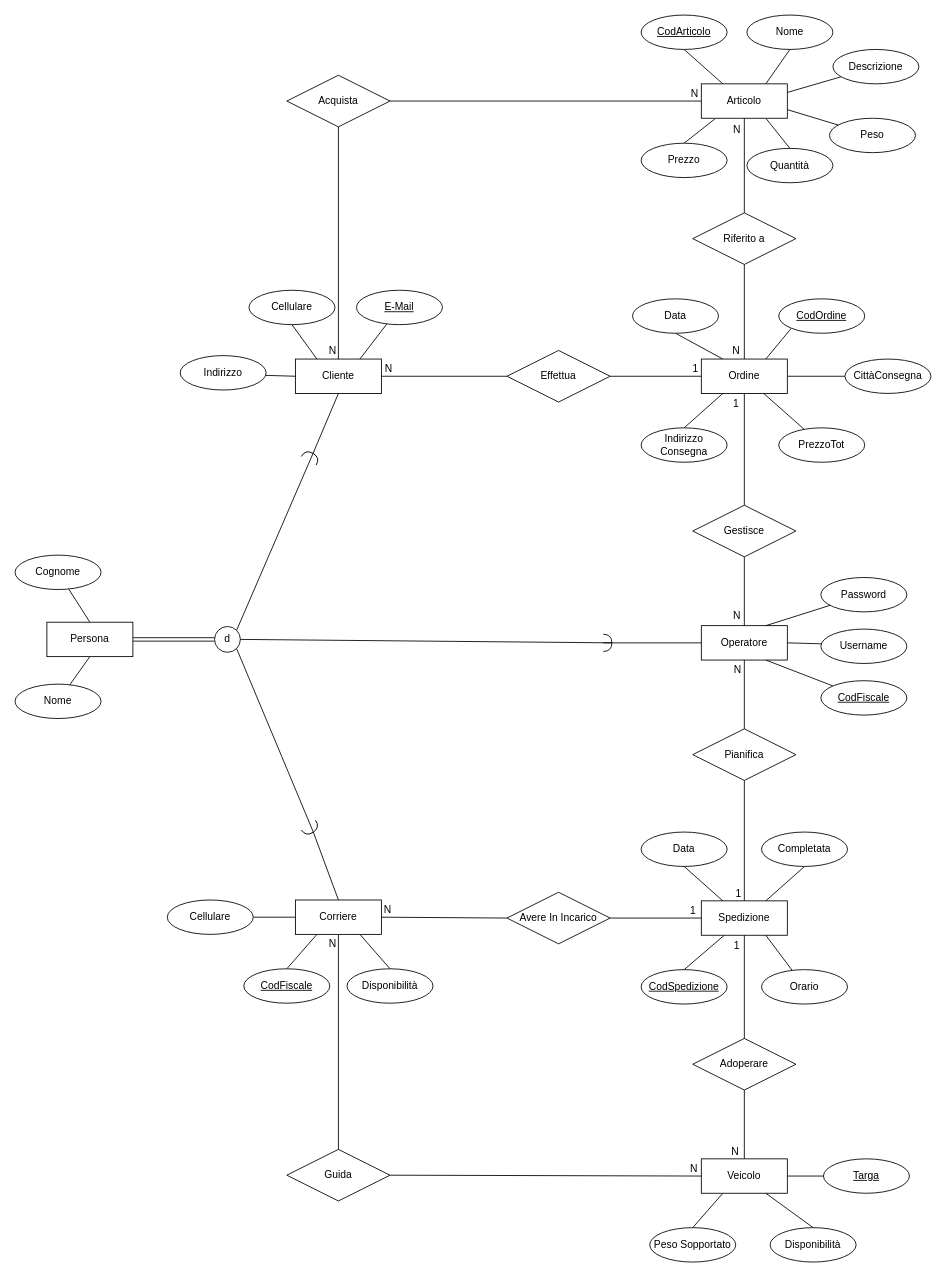
Gianluca-F/OOBD_Project keeps this draw.io diagram as Basi di dati/Schema_ER.drawio. Above is the earlier version. Source tidied: cells renumbered, new cells numbered last; positions are measured from the earlier drawing's top-left corner, leaving out a move shared by most shapes. Both pictures are drawn from the tidied source at 86%, with x=0, y=0 at pixel (15, 15).
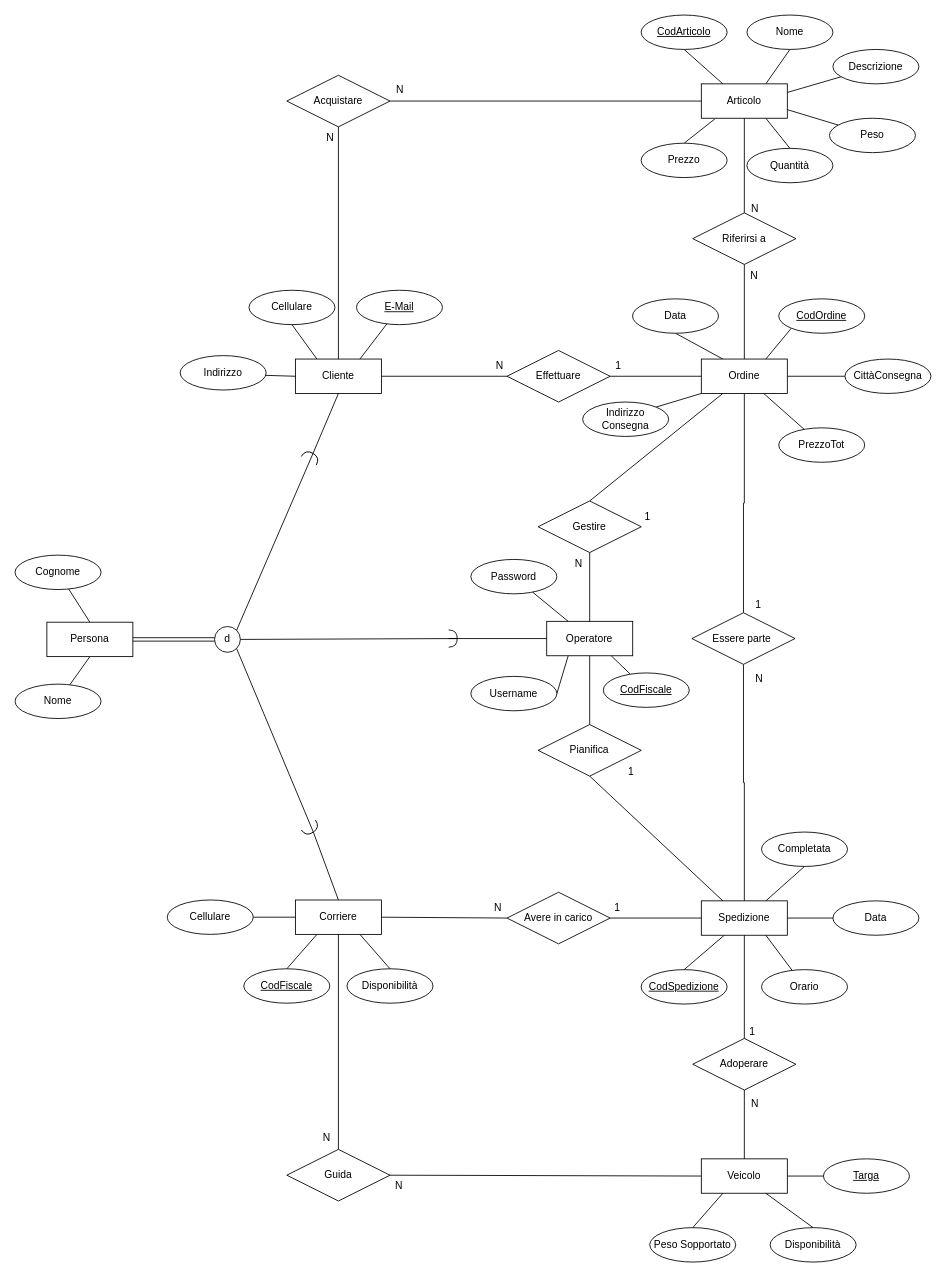
Above is the later version.

The change refers to these unchanged cells:
```xml
<mxCell id="17" value="Ordine" style="whiteSpace=wrap;html=1;align=center;" parent="1" vertex="1">
  <mxGeometry x="798" y="400" width="100" height="40" as="geometry" />
</mxCell>
<mxCell id="23" style="endArrow=none;html=1;rounded=0;entryX=0.5;entryY=0;entryDx=0;entryDy=0;exitX=0.5;exitY=1;exitDx=0;exitDy=0;" parent="1" edge="1" source="18" target="17">
  <mxGeometry relative="1" as="geometry" />
</mxCell>
<mxCell id="25" style="endArrow=none;html=1;rounded=0;entryX=0.5;entryY=1;entryDx=0;entryDy=0;exitX=0.5;exitY=0;exitDx=0;exitDy=0;" parent="1" edge="1" source="18" target="7">
  <mxGeometry relative="1" as="geometry" />
</mxCell>
<mxCell id="29" value="Spedizione" style="whiteSpace=wrap;html=1;align=center;" parent="1" vertex="1">
  <mxGeometry x="798" y="1030" width="100" height="40" as="geometry" />
</mxCell>
<mxCell id="43" style="endArrow=none;html=1;rounded=0;entryX=0.5;entryY=1;entryDx=0;entryDy=0;exitX=0.5;exitY=0;exitDx=0;exitDy=0;" parent="1" edge="1" source="36" target="29">
  <mxGeometry relative="1" as="geometry" />
</mxCell>
<mxCell id="45" style="endArrow=none;html=1;rounded=0;entryX=0.5;entryY=0;entryDx=0;entryDy=0;exitX=0.5;exitY=1;exitDx=0;exitDy=0;" parent="1" edge="1" source="36" target="35">
  <mxGeometry relative="1" as="geometry" />
</mxCell>
<mxCell id="55" style="endArrow=none;html=1;rounded=0;entryX=0.5;entryY=1;entryDx=0;entryDy=0;exitX=0.5;exitY=0;exitDx=0;exitDy=0;" parent="1" edge="1" source="52" target="49">
  <mxGeometry relative="1" as="geometry" />
</mxCell>
<mxCell id="60" style="endArrow=none;html=1;rounded=0;entryX=0.5;entryY=0;entryDx=0;entryDy=0;exitX=0.5;exitY=1;exitDx=0;exitDy=0;" parent="1" edge="1" source="57" target="49">
  <mxGeometry relative="1" as="geometry" />
</mxCell>
<mxCell id="78" style="endArrow=none;html=1;rounded=0;entryX=0;entryY=0.5;entryDx=0;entryDy=0;exitX=1;exitY=0.5;exitDx=0;exitDy=0;" parent="1" edge="1" source="70" target="17">
  <mxGeometry relative="1" as="geometry" />
</mxCell>
<mxCell id="80" style="endArrow=none;html=1;rounded=0;entryX=1;entryY=0.5;entryDx=0;entryDy=0;exitX=0;exitY=0.5;exitDx=0;exitDy=0;" parent="1" edge="1" source="70" target="71">
  <mxGeometry relative="1" as="geometry" />
</mxCell>
<mxCell id="83" style="endArrow=none;html=1;rounded=0;entryX=0;entryY=0.5;entryDx=0;entryDy=0;exitX=1;exitY=0.5;exitDx=0;exitDy=0;" parent="1" edge="1" source="82" target="7">
  <mxGeometry relative="1" as="geometry" />
</mxCell>
<mxCell id="85" style="endArrow=none;html=1;rounded=0;entryX=0.5;entryY=0;entryDx=0;entryDy=0;exitX=0.5;exitY=1;exitDx=0;exitDy=0;" parent="1" edge="1" source="82" target="71">
  <mxGeometry relative="1" as="geometry" />
</mxCell>
<mxCell id="95" style="endArrow=none;html=1;rounded=0;entryX=1;entryY=0.5;entryDx=0;entryDy=0;exitX=0;exitY=0.5;exitDx=0;exitDy=0;" parent="1" edge="1" source="87" target="88">
  <mxGeometry relative="1" as="geometry" />
</mxCell>
<mxCell id="97" style="endArrow=none;html=1;rounded=0;entryX=0;entryY=0.5;entryDx=0;entryDy=0;exitX=1;exitY=0.5;exitDx=0;exitDy=0;" parent="1" edge="1" source="87" target="29">
  <mxGeometry relative="1" as="geometry" />
</mxCell>
<mxCell id="100" style="endArrow=none;html=1;rounded=0;entryX=0;entryY=0.5;entryDx=0;entryDy=0;exitX=1;exitY=0.5;exitDx=0;exitDy=0;" parent="1" edge="1" source="99" target="35">
  <mxGeometry relative="1" as="geometry" />
</mxCell>
<mxCell id="102" style="endArrow=none;html=1;rounded=0;entryX=0.5;entryY=1;entryDx=0;entryDy=0;exitX=0.5;exitY=0;exitDx=0;exitDy=0;" parent="1" edge="1" source="99" target="88">
  <mxGeometry relative="1" as="geometry" />
</mxCell>
```

Change to the diagram source:
```diff
@@
-    <mxCell id="16" style="edgeStyle=none;rounded=0;jettySize=auto;html=1;exitX=0.25;exitY=1;exitDx=0;exitDy=0;entryX=0.5;entryY=0;entryDx=0;entryDy=0;endArrow=none;endFill=0;" parent="1" edge="1" source="17" target="22">
+    <mxCell id="16" style="edgeStyle=none;rounded=0;jettySize=auto;html=1;exitX=0;exitY=1;exitDx=0;exitDy=0;entryX=1;entryY=0;entryDx=0;entryDy=0;endArrow=none;endFill=0;" parent="1" edge="1" source="17" target="22">
       <mxGeometry relative="1" as="geometry" />
     </mxCell>
+    <mxCell id="120" style="edgeStyle=orthogonalEdgeStyle;rounded=0;jettySize=auto;html=1;entryX=0.5;entryY=0;entryDx=0;entryDy=0;endArrow=none;endFill=0;" parent="1" edge="1" source="17" target="123">
+      <mxGeometry relative="1" as="geometry" />
+    </mxCell>
@@
-    <mxCell id="18" value="Riferito a" style="shape=rhombus;perimeter=rhombusPerimeter;whiteSpace=wrap;html=1;align=center;" parent="1" vertex="1">
+    <mxCell id="18" value="Riferirsi a" style="shape=rhombus;perimeter=rhombusPerimeter;whiteSpace=wrap;html=1;align=center;" parent="1" vertex="1">
       <mxGeometry x="788" y="230" width="120" height="60" as="geometry" />
     </mxCell>
@@
     <mxCell id="22" value="Indirizzo Consegna" style="ellipse;whiteSpace=wrap;html=1;align=center;" parent="1" vertex="1">
-      <mxGeometry x="728" y="480" width="100" height="40" as="geometry" />
+      <mxGeometry x="660" y="450" width="100" height="40" as="geometry" />
     </mxCell>
@@
     <mxCell id="24" value="N" style="html=1;whiteSpace=wrap;align=right;verticalAlign=bottom;" parent="23" vertex="1">
       <mxGeometry x="1" relative="1" as="geometry">
-        <mxPoint x="-4" y="-1" as="offset" />
+        <mxPoint x="17" y="-88" as="offset" />
       </mxGeometry>
     </mxCell>
@@
     <mxCell id="26" value="N" style="html=1;whiteSpace=wrap;align=right;verticalAlign=bottom;" parent="25" vertex="1">
       <mxGeometry x="1" relative="1" as="geometry">
-        <mxPoint x="-3" y="22" as="offset" />
+        <mxPoint x="18" y="114" as="offset" />
       </mxGeometry>
     </mxCell>
@@
-    <mxCell id="31" style="edgeStyle=none;rounded=0;jettySize=auto;html=1;exitX=0.5;exitY=1;exitDx=0;exitDy=0;entryX=0.25;entryY=0;entryDx=0;entryDy=0;endArrow=none;endFill=0;" parent="1" edge="1" source="32" target="29">
+    <mxCell id="31" style="edgeStyle=none;rounded=0;jettySize=auto;html=1;exitX=0;exitY=0.5;exitDx=0;exitDy=0;entryX=1;entryY=0.5;entryDx=0;entryDy=0;endArrow=none;endFill=0;" parent="1" edge="1" source="32" target="29">
       <mxGeometry relative="1" as="geometry" />
     </mxCell>
     <mxCell id="32" value="Data" style="ellipse;whiteSpace=wrap;html=1;align=center;" parent="1" vertex="1">
-      <mxGeometry x="728" y="950" width="100" height="40" as="geometry" />
+      <mxGeometry x="951" y="1030" width="100" height="40" as="geometry" />
     </mxCell>
@@
     <mxCell id="44" value="N" style="html=1;whiteSpace=wrap;align=right;verticalAlign=bottom;" parent="43" vertex="1">
       <mxGeometry x="1" relative="1" as="geometry">
-        <mxPoint x="-5" y="260" as="offset" />
+        <mxPoint x="18" y="204" as="offset" />
       </mxGeometry>
     </mxCell>
@@
     <mxCell id="46" value="1" style="html=1;whiteSpace=wrap;align=right;verticalAlign=bottom;" parent="45" vertex="1">
       <mxGeometry x="1" relative="1" as="geometry">
-        <mxPoint x="-4" y="-239" as="offset" />
+        <mxPoint x="14" y="-140" as="offset" />
       </mxGeometry>
     </mxCell>
@@
     <mxCell id="49" value="Operatore" style="whiteSpace=wrap;html=1;align=center;" parent="1" vertex="1">
-      <mxGeometry x="798" y="710" width="100" height="40" as="geometry" />
+      <mxGeometry x="618.2" y="705" width="100" height="40" as="geometry" />
     </mxCell>
@@
+    <mxCell id="53" style="rounded=0;jettySize=auto;html=1;entryX=0.25;entryY=0;entryDx=0;entryDy=0;endArrow=none;endFill=0;exitX=0.5;exitY=1;exitDx=0;exitDy=0;" parent="1" edge="1" source="52" target="29">
+      <mxGeometry relative="1" as="geometry" />
+    </mxCell>
     <mxCell id="52" value="Pianifica" style="shape=rhombus;perimeter=rhombusPerimeter;whiteSpace=wrap;html=1;align=center;" parent="1" vertex="1">
-      <mxGeometry x="788" y="830" width="120" height="60" as="geometry" />
+      <mxGeometry x="608.2" y="825" width="120" height="60" as="geometry" />
     </mxCell>
-    <mxCell id="53" style="endArrow=none;html=1;rounded=0;entryX=0.5;entryY=0;entryDx=0;entryDy=0;exitX=0.5;exitY=1;exitDx=0;exitDy=0;" parent="1" edge="1" source="52" target="29">
-      <mxGeometry relative="1" as="geometry" />
-    </mxCell>
-    <mxCell id="54" value="N" style="html=1;whiteSpace=wrap;align=right;verticalAlign=bottom;" parent="53" vertex="1">
-      <mxGeometry x="1" relative="1" as="geometry">
-        <mxPoint x="-2" y="-260" as="offset" />
-      </mxGeometry>
-    </mxCell>
@@
     <mxCell id="56" value="1" style="html=1;whiteSpace=wrap;align=right;verticalAlign=bottom;" parent="55" vertex="1">
       <mxGeometry x="1" relative="1" as="geometry">
-        <mxPoint x="-2" y="280" as="offset" />
+        <mxPoint x="53" y="143" as="offset" />
       </mxGeometry>
     </mxCell>
+    <mxCell id="58" style="rounded=0;jettySize=auto;html=1;entryX=0.25;entryY=1;entryDx=0;entryDy=0;endArrow=none;endFill=0;exitX=0.5;exitY=0;exitDx=0;exitDy=0;" parent="1" edge="1" source="57" target="17">
+      <mxGeometry relative="1" as="geometry" />
+    </mxCell>
-    <mxCell id="57" value="Gestisce" style="shape=rhombus;perimeter=rhombusPerimeter;whiteSpace=wrap;html=1;align=center;" parent="1" vertex="1">
-      <mxGeometry x="788" y="570" width="120" height="60" as="geometry" />
+    <mxCell id="57" value="Gestire" style="shape=rhombus;perimeter=rhombusPerimeter;whiteSpace=wrap;html=1;align=center;" parent="1" vertex="1">
+      <mxGeometry x="608.2" y="565" width="120" height="60" as="geometry" />
     </mxCell>
-    <mxCell id="58" style="endArrow=none;html=1;rounded=0;entryX=0.5;entryY=1;entryDx=0;entryDy=0;exitX=0.5;exitY=0;exitDx=0;exitDy=0;" parent="1" edge="1" source="57" target="17">
-      <mxGeometry relative="1" as="geometry" />
-    </mxCell>
-    <mxCell id="59" value="N" style="html=1;whiteSpace=wrap;align=right;verticalAlign=bottom;" parent="58" vertex="1">
-      <mxGeometry x="1" relative="1" as="geometry">
-        <mxPoint x="-3" y="267" as="offset" />
-      </mxGeometry>
-    </mxCell>
@@
     <mxCell id="61" value="1" style="html=1;whiteSpace=wrap;align=right;verticalAlign=bottom;" parent="60" vertex="1">
       <mxGeometry x="1" relative="1" as="geometry">
-        <mxPoint x="-5" y="-250" as="offset" />
+        <mxPoint x="72" y="-113" as="offset" />
       </mxGeometry>
     </mxCell>
-    <mxCell id="62" style="edgeStyle=none;rounded=0;jettySize=auto;html=1;entryX=1;entryY=0.5;entryDx=0;entryDy=0;endArrow=none;endFill=0;exitX=1;exitY=0.5;exitDx=0;exitDy=0;" parent="1" edge="1" source="65" target="49">
+    <mxCell id="62" style="edgeStyle=none;rounded=0;jettySize=auto;html=1;entryX=0.25;entryY=1;entryDx=0;entryDy=0;endArrow=none;endFill=0;exitX=1;exitY=0.5;exitDx=0;exitDy=0;" parent="1" edge="1" source="65" target="49">
       <mxGeometry relative="1" as="geometry" />
     </mxCell>
@@
     <mxCell id="64" value="CodFiscale" style="ellipse;whiteSpace=wrap;html=1;align=center;fontStyle=4;" parent="1" vertex="1">
-      <mxGeometry x="937" y="774" width="100" height="40" as="geometry" />
+      <mxGeometry x="684" y="765" width="100" height="40" as="geometry" />
     </mxCell>
     <mxCell id="65" value="Username" style="ellipse;whiteSpace=wrap;html=1;align=center;" parent="1" vertex="1">
-      <mxGeometry x="937" y="714" width="100" height="40" as="geometry" />
+      <mxGeometry x="530" y="769" width="100" height="40" as="geometry" />
     </mxCell>
-    <mxCell id="66" style="edgeStyle=none;rounded=0;jettySize=auto;html=1;entryX=0.75;entryY=0;entryDx=0;entryDy=0;endArrow=none;endFill=0;" parent="1" edge="1" source="67" target="49">
+    <mxCell id="66" style="edgeStyle=none;rounded=0;jettySize=auto;html=1;entryX=0.25;entryY=0;entryDx=0;entryDy=0;endArrow=none;endFill=0;" parent="1" edge="1" source="67" target="49">
       <mxGeometry relative="1" as="geometry" />
     </mxCell>
     <mxCell id="67" value="Password" style="ellipse;whiteSpace=wrap;html=1;align=center;" parent="1" vertex="1">
-      <mxGeometry x="937" y="654" width="100" height="40" as="geometry" />
+      <mxGeometry x="530" y="633" width="100" height="40" as="geometry" />
     </mxCell>
@@
-    <mxCell id="70" value="Effettua" style="shape=rhombus;perimeter=rhombusPerimeter;whiteSpace=wrap;html=1;align=center;" parent="1" vertex="1">
+    <mxCell id="70" value="Effettuare" style="shape=rhombus;perimeter=rhombusPerimeter;whiteSpace=wrap;html=1;align=center;" parent="1" vertex="1">
       <mxGeometry x="572" y="390" width="120" height="60" as="geometry" />
     </mxCell>
@@
     <mxCell id="79" value="1" style="html=1;whiteSpace=wrap;align=right;verticalAlign=bottom;" parent="78" vertex="1">
       <mxGeometry x="1" relative="1" as="geometry">
-        <mxPoint x="-2" as="offset" />
+        <mxPoint x="-92" y="-4" as="offset" />
       </mxGeometry>
     </mxCell>
@@
     <mxCell id="81" value="N" style="html=1;whiteSpace=wrap;align=right;verticalAlign=bottom;" parent="80" vertex="1">
       <mxGeometry x="1" relative="1" as="geometry">
-        <mxPoint x="14" as="offset" />
+        <mxPoint x="143" y="-4" as="offset" />
       </mxGeometry>
     </mxCell>
-    <mxCell id="82" value="Acquista" style="shape=rhombus;perimeter=rhombusPerimeter;whiteSpace=wrap;html=1;align=center;" parent="1" vertex="1">
+    <mxCell id="82" value="Acquistare" style="shape=rhombus;perimeter=rhombusPerimeter;whiteSpace=wrap;html=1;align=center;" parent="1" vertex="1">
       <mxGeometry x="316" y="70" width="120" height="60" as="geometry" />
     </mxCell>
@@
     <mxCell id="84" value="N" style="html=1;whiteSpace=wrap;align=right;verticalAlign=bottom;" parent="83" vertex="1">
       <mxGeometry x="1" relative="1" as="geometry">
-        <mxPoint x="-2" as="offset" />
+        <mxPoint x="-345" y="-5" as="offset" />
       </mxGeometry>
     </mxCell>
@@
     <mxCell id="86" value="N" style="html=1;whiteSpace=wrap;align=right;verticalAlign=bottom;" parent="85" vertex="1">
       <mxGeometry x="1" relative="1" as="geometry">
-        <mxPoint x="-1" y="-1" as="offset" />
+        <mxPoint x="-4" y="-249" as="offset" />
       </mxGeometry>
     </mxCell>
-    <mxCell id="87" value="Avere In Incarico" style="shape=rhombus;perimeter=rhombusPerimeter;whiteSpace=wrap;html=1;align=center;" parent="1" vertex="1">
+    <mxCell id="87" value="Avere in carico" style="shape=rhombus;perimeter=rhombusPerimeter;whiteSpace=wrap;html=1;align=center;" parent="1" vertex="1">
       <mxGeometry x="572" y="1020" width="120" height="60" as="geometry" />
     </mxCell>
@@
     <mxCell id="96" value="N" style="html=1;whiteSpace=wrap;align=right;verticalAlign=bottom;" parent="95" vertex="1">
       <mxGeometry x="1" relative="1" as="geometry">
-        <mxPoint x="13" as="offset" />
+        <mxPoint x="141" y="-3" as="offset" />
       </mxGeometry>
     </mxCell>
@@
     <mxCell id="98" value="1" style="html=1;whiteSpace=wrap;align=right;verticalAlign=bottom;" parent="97" vertex="1">
       <mxGeometry x="1" relative="1" as="geometry">
-        <mxPoint x="-5" as="offset" />
+        <mxPoint x="-93" y="-4" as="offset" />
       </mxGeometry>
     </mxCell>
@@
     <mxCell id="101" value="N" style="html=1;whiteSpace=wrap;align=right;verticalAlign=bottom;" parent="100" vertex="1">
       <mxGeometry x="1" relative="1" as="geometry">
-        <mxPoint x="-3" as="offset" />
+        <mxPoint x="-346" y="20" as="offset" />
       </mxGeometry>
     </mxCell>
@@
     <mxCell id="103" value="N" style="html=1;whiteSpace=wrap;align=right;verticalAlign=bottom;" parent="102" vertex="1">
       <mxGeometry x="1" relative="1" as="geometry">
-        <mxPoint x="-1" y="19" as="offset" />
+        <mxPoint x="-8" y="245" as="offset" />
       </mxGeometry>
     </mxCell>
@@
     <mxCell id="119" style="shape=requiredInterface;html=1;verticalLabelPosition=bottom;sketch=0;" parent="1" vertex="1">
-      <mxGeometry x="684" y="720" width="10" height="20" as="geometry" />
+      <mxGeometry x="504.2" y="715" width="10" height="20" as="geometry" />
     </mxCell>
+    <mxCell id="121" value="N" style="text;html=1;align=center;verticalAlign=middle;strokeColor=none;fillColor=none;" parent="1" vertex="1">
+      <mxGeometry x="641" y="625" width="27" height="26" as="geometry" />
+    </mxCell>
+    <mxCell id="122" style="edgeStyle=orthogonalEdgeStyle;rounded=0;jettySize=auto;html=1;endArrow=none;endFill=0;" parent="1" edge="1" source="123" target="29">
+      <mxGeometry relative="1" as="geometry" />
+    </mxCell>
+    <mxCell id="123" value="Essere parte&amp;nbsp;" style="shape=rhombus;perimeter=rhombusPerimeter;whiteSpace=wrap;html=1;align=center;" parent="1" vertex="1">
+      <mxGeometry x="787" y="695" width="120" height="60" as="geometry" />
+    </mxCell>
+    <mxCell id="124" value="N" style="text;html=1;align=center;verticalAlign=middle;strokeColor=none;fillColor=none;" parent="1" vertex="1">
+      <mxGeometry x="851" y="759" width="27" height="26" as="geometry" />
+    </mxCell>
+    <mxCell id="125" value="1" style="text;html=1;align=center;verticalAlign=middle;strokeColor=none;fillColor=none;" parent="1" vertex="1">
+      <mxGeometry x="851" y="673" width="25" height="26" as="geometry" />
+    </mxCell>
```
